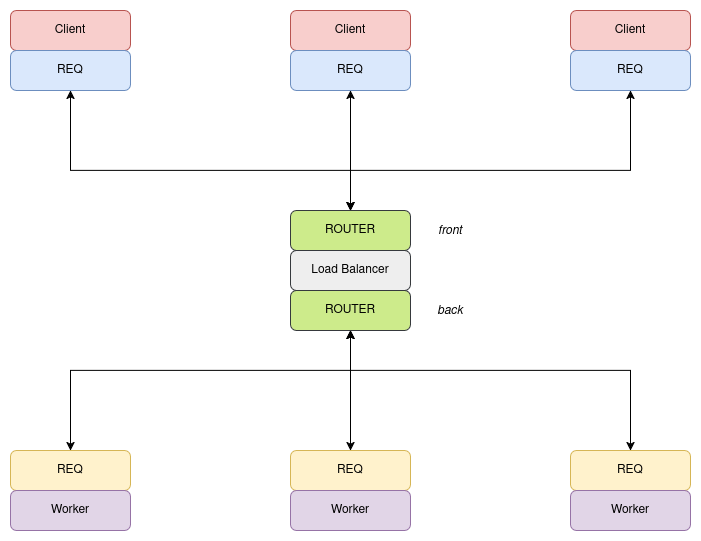
Above: docs/assets/load_balancing_broker.drawio.png in da0p/GithubPage (draw.io), before the change. Source tidied: cells renumbered, new cells last; positions are measured from the earlier drawing's top-left corner, leaving out a move shared by most shapes.
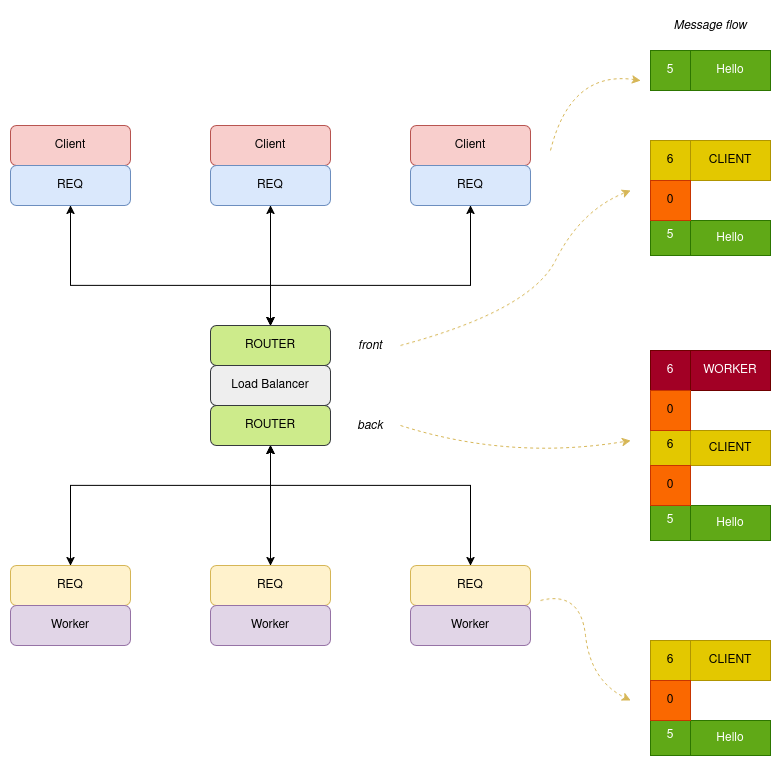
The same diagram one commit later.

Change to the diagram source:
```diff
@@ -3,10 +3,10 @@
     <mxCell id="0" />
     <mxCell id="1" parent="0" />
     <mxCell id="2" value="Client" style="rounded=1;whiteSpace=wrap;html=1;fillColor=#f8cecc;strokeColor=#b85450;" parent="1" vertex="1">
-      <mxGeometry width="120" height="40" as="geometry" />
+      <mxGeometry x="80" width="120" height="40" as="geometry" />
     </mxCell>
     <mxCell id="3" value="REQ" style="rounded=1;whiteSpace=wrap;html=1;fillColor=#dae8fc;strokeColor=#6c8ebf;" parent="1" vertex="1">
-      <mxGeometry y="40" width="120" height="40" as="geometry" />
+      <mxGeometry x="80" y="40" width="120" height="40" as="geometry" />
     </mxCell>
     <mxCell id="4" value="Client" style="rounded=1;whiteSpace=wrap;html=1;fillColor=#f8cecc;strokeColor=#b85450;" parent="1" vertex="1">
       <mxGeometry x="280" width="120" height="40" as="geometry" />
@@ -15,10 +15,10 @@
       <mxGeometry x="280" y="40" width="120" height="40" as="geometry" />
     </mxCell>
     <mxCell id="6" value="Client" style="rounded=1;whiteSpace=wrap;html=1;fillColor=#f8cecc;strokeColor=#b85450;" parent="1" vertex="1">
-      <mxGeometry x="560" width="120" height="40" as="geometry" />
+      <mxGeometry x="480" width="120" height="40" as="geometry" />
     </mxCell>
     <mxCell id="7" value="REQ" style="rounded=1;whiteSpace=wrap;html=1;fillColor=#dae8fc;strokeColor=#6c8ebf;" parent="1" vertex="1">
-      <mxGeometry x="560" y="40" width="120" height="40" as="geometry" />
+      <mxGeometry x="480" y="40" width="120" height="40" as="geometry" />
     </mxCell>
     <mxCell id="8" value="ROUTER" style="rounded=1;whiteSpace=wrap;html=1;fillColor=#cdeb8b;strokeColor=#36393d;" parent="1" vertex="1">
       <mxGeometry x="280" y="200" width="120" height="40" as="geometry" />
@@ -30,10 +30,10 @@
       <mxGeometry x="280" y="280" width="120" height="40" as="geometry" />
     </mxCell>
     <mxCell id="11" value="REQ" style="rounded=1;whiteSpace=wrap;html=1;fillColor=#fff2cc;strokeColor=#d6b656;" parent="1" vertex="1">
-      <mxGeometry y="440" width="120" height="40" as="geometry" />
+      <mxGeometry x="80" y="440" width="120" height="40" as="geometry" />
     </mxCell>
     <mxCell id="12" value="Worker" style="rounded=1;whiteSpace=wrap;html=1;fillColor=#e1d5e7;strokeColor=#9673a6;" parent="1" vertex="1">
-      <mxGeometry y="480" width="120" height="40" as="geometry" />
+      <mxGeometry x="80" y="480" width="120" height="40" as="geometry" />
     </mxCell>
     <mxCell id="13" value="REQ" style="rounded=1;whiteSpace=wrap;html=1;fillColor=#fff2cc;strokeColor=#d6b656;" parent="1" vertex="1">
       <mxGeometry x="280" y="440" width="120" height="40" as="geometry" />
@@ -42,16 +42,16 @@
       <mxGeometry x="280" y="480" width="120" height="40" as="geometry" />
     </mxCell>
     <mxCell id="15" value="REQ" style="rounded=1;whiteSpace=wrap;html=1;fillColor=#fff2cc;strokeColor=#d6b656;" parent="1" vertex="1">
-      <mxGeometry x="560" y="440" width="120" height="40" as="geometry" />
+      <mxGeometry x="480" y="440" width="120" height="40" as="geometry" />
     </mxCell>
     <mxCell id="16" value="Worker" style="rounded=1;whiteSpace=wrap;html=1;fillColor=#e1d5e7;strokeColor=#9673a6;" parent="1" vertex="1">
-      <mxGeometry x="560" y="480" width="120" height="40" as="geometry" />
+      <mxGeometry x="480" y="480" width="120" height="40" as="geometry" />
     </mxCell>
     <mxCell id="17" style="endArrow=classic;startArrow=classic;html=1;rounded=0;entryX=0.5;entryY=1;entryDx=0;entryDy=0;exitX=0.5;exitY=0;exitDx=0;exitDy=0;" parent="1" edge="1" source="8" target="3">
       <mxGeometry relative="1" as="geometry">
         <Array as="points">
           <mxPoint x="340" y="160" />
-          <mxPoint x="60" y="160" />
+          <mxPoint x="140" y="160" />
         </Array>
       </mxGeometry>
     </mxCell>
@@ -62,14 +62,14 @@
       <mxGeometry relative="1" as="geometry">
         <Array as="points">
           <mxPoint x="340" y="160" />
-          <mxPoint x="620" y="160" />
+          <mxPoint x="540" y="160" />
         </Array>
       </mxGeometry>
     </mxCell>
     <mxCell id="20" style="endArrow=classic;startArrow=classic;html=1;rounded=0;exitX=0.5;exitY=0;exitDx=0;exitDy=0;entryX=0.5;entryY=1;entryDx=0;entryDy=0;" parent="1" edge="1" source="11" target="10">
       <mxGeometry relative="1" as="geometry">
         <Array as="points">
-          <mxPoint x="60" y="360" />
+          <mxPoint x="140" y="360" />
           <mxPoint x="340" y="360" />
         </Array>
       </mxGeometry>
@@ -81,7 +81,7 @@
       <mxGeometry relative="1" as="geometry">
         <Array as="points">
           <mxPoint x="340" y="360" />
-          <mxPoint x="620" y="360" />
+          <mxPoint x="540" y="360" />
         </Array>
       </mxGeometry>
     </mxCell>
@@ -91,5 +91,104 @@
     <mxCell id="24" value="&lt;i&gt;back&lt;/i&gt;" style="text;html=1;align=center;verticalAlign=middle;whiteSpace=wrap;rounded=0;" parent="1" vertex="1">
       <mxGeometry x="410" y="285" width="60" height="30" as="geometry" />
     </mxCell>
+    <mxCell id="25" value="5" style="rounded=0;whiteSpace=wrap;html=1;fillColor=#60a917;fontColor=#ffffff;strokeColor=#2D7600;" parent="1" vertex="1">
+      <mxGeometry x="720" y="-75" width="40" height="40" as="geometry" />
+    </mxCell>
+    <mxCell id="26" value="Hello" style="rounded=0;whiteSpace=wrap;html=1;fillColor=#60a917;fontColor=#ffffff;strokeColor=#2D7600;" parent="1" vertex="1">
+      <mxGeometry x="760" y="-75" width="80" height="40" as="geometry" />
+    </mxCell>
+    <mxCell id="27" value="6" style="rounded=0;whiteSpace=wrap;html=1;fillColor=#e3c800;fontColor=#000000;strokeColor=#B09500;" parent="1" vertex="1">
+      <mxGeometry x="720" y="15" width="40" height="40" as="geometry" />
+    </mxCell>
+    <mxCell id="28" value="CLIENT" style="rounded=0;whiteSpace=wrap;html=1;fillColor=#e3c800;fontColor=#000000;strokeColor=#B09500;" parent="1" vertex="1">
+      <mxGeometry x="760" y="15" width="80" height="40" as="geometry" />
+    </mxCell>
+    <mxCell id="29" value="5" style="rounded=0;whiteSpace=wrap;html=1;fillColor=#60a917;fontColor=#ffffff;strokeColor=#2D7600;" parent="1" vertex="1">
+      <mxGeometry x="720" y="90" width="40" height="40" as="geometry" />
+    </mxCell>
+    <mxCell id="30" value="Hello" style="rounded=0;whiteSpace=wrap;html=1;fillColor=#60a917;fontColor=#ffffff;strokeColor=#2D7600;" parent="1" vertex="1">
+      <mxGeometry x="760" y="95" width="80" height="35" as="geometry" />
+    </mxCell>
+    <mxCell id="31" value="0" style="rounded=0;whiteSpace=wrap;html=1;fillColor=#fa6800;fontColor=#000000;strokeColor=#C73500;" parent="1" vertex="1">
+      <mxGeometry x="720" y="55" width="40" height="40" as="geometry" />
+    </mxCell>
+    <mxCell id="32" value="6" style="rounded=0;whiteSpace=wrap;html=1;fillColor=#e3c800;fontColor=#000000;strokeColor=#B09500;" parent="1" vertex="1">
+      <mxGeometry x="720" y="300" width="40" height="40" as="geometry" />
+    </mxCell>
+    <mxCell id="33" value="CLIENT" style="rounded=0;whiteSpace=wrap;html=1;fillColor=#e3c800;fontColor=#000000;strokeColor=#B09500;" parent="1" vertex="1">
+      <mxGeometry x="760" y="305" width="80" height="35" as="geometry" />
+    </mxCell>
+    <mxCell id="34" value="5" style="rounded=0;whiteSpace=wrap;html=1;fillColor=#60a917;fontColor=#ffffff;strokeColor=#2D7600;" parent="1" vertex="1">
+      <mxGeometry x="720" y="375" width="40" height="40" as="geometry" />
+    </mxCell>
+    <mxCell id="35" value="Hello" style="rounded=0;whiteSpace=wrap;html=1;fillColor=#60a917;fontColor=#ffffff;strokeColor=#2D7600;" parent="1" vertex="1">
+      <mxGeometry x="760" y="380" width="80" height="35" as="geometry" />
+    </mxCell>
+    <mxCell id="36" value="0" style="rounded=0;whiteSpace=wrap;html=1;fillColor=#fa6800;fontColor=#000000;strokeColor=#C73500;" parent="1" vertex="1">
+      <mxGeometry x="720" y="340" width="40" height="40" as="geometry" />
+    </mxCell>
+    <mxCell id="37" value="6" style="rounded=0;whiteSpace=wrap;html=1;fillColor=#a20025;fontColor=#ffffff;strokeColor=#6F0000;" parent="1" vertex="1">
+      <mxGeometry x="720" y="225" width="40" height="40" as="geometry" />
+    </mxCell>
+    <mxCell id="38" value="WORKER" style="rounded=0;whiteSpace=wrap;html=1;fillColor=#a20025;fontColor=#ffffff;strokeColor=#6F0000;" parent="1" vertex="1">
+      <mxGeometry x="760" y="225" width="80" height="40" as="geometry" />
+    </mxCell>
+    <mxCell id="39" value="0" style="rounded=0;whiteSpace=wrap;html=1;fillColor=#fa6800;fontColor=#000000;strokeColor=#C73500;" parent="1" vertex="1">
+      <mxGeometry x="720" y="265" width="40" height="40" as="geometry" />
+    </mxCell>
+    <mxCell id="40" value="6" style="rounded=0;whiteSpace=wrap;html=1;fillColor=#e3c800;fontColor=#000000;strokeColor=#B09500;" parent="1" vertex="1">
+      <mxGeometry x="720" y="515" width="40" height="40" as="geometry" />
+    </mxCell>
+    <mxCell id="41" value="CLIENT" style="rounded=0;whiteSpace=wrap;html=1;fillColor=#e3c800;fontColor=#000000;strokeColor=#B09500;" parent="1" vertex="1">
+      <mxGeometry x="760" y="515" width="80" height="40" as="geometry" />
+    </mxCell>
+    <mxCell id="42" value="5" style="rounded=0;whiteSpace=wrap;html=1;fillColor=#60a917;fontColor=#ffffff;strokeColor=#2D7600;" parent="1" vertex="1">
+      <mxGeometry x="720" y="590" width="40" height="40" as="geometry" />
+    </mxCell>
+    <mxCell id="43" value="Hello" style="rounded=0;whiteSpace=wrap;html=1;fillColor=#60a917;fontColor=#ffffff;strokeColor=#2D7600;" parent="1" vertex="1">
+      <mxGeometry x="760" y="595" width="80" height="35" as="geometry" />
+    </mxCell>
+    <mxCell id="44" value="0" style="rounded=0;whiteSpace=wrap;html=1;fillColor=#fa6800;fontColor=#000000;strokeColor=#C73500;" parent="1" vertex="1">
+      <mxGeometry x="720" y="555" width="40" height="40" as="geometry" />
+    </mxCell>
+    <mxCell id="45" value="&lt;i&gt;Message flow&lt;/i&gt;" style="text;html=1;align=center;verticalAlign=middle;whiteSpace=wrap;rounded=0;" parent="1" vertex="1">
+      <mxGeometry x="740" y="-115" width="80" height="30" as="geometry" />
+    </mxCell>
+    <mxCell id="46" style="endArrow=classic;html=1;rounded=0;dashed=1;curved=1;fillColor=#fff2cc;strokeColor=#d6b656;" parent="1" edge="1">
+      <mxGeometry relative="1" as="geometry">
+        <mxPoint x="620" y="25" as="sourcePoint" />
+        <mxPoint x="710" y="-45" as="targetPoint" />
+        <Array as="points">
+          <mxPoint x="640" y="-55" />
+        </Array>
+      </mxGeometry>
+    </mxCell>
+    <mxCell id="47" style="endArrow=classic;html=1;rounded=0;exitX=1;exitY=0.5;exitDx=0;exitDy=0;dashed=1;curved=1;fillColor=#fff2cc;strokeColor=#d6b656;" parent="1" edge="1" source="23">
+      <mxGeometry relative="1" as="geometry">
+        <mxPoint x="700" y="65" as="targetPoint" />
+        <Array as="points">
+          <mxPoint x="600" y="185" />
+          <mxPoint x="650" y="85" />
+        </Array>
+      </mxGeometry>
+    </mxCell>
+    <mxCell id="48" style="endArrow=classic;html=1;rounded=0;exitX=1;exitY=0.5;exitDx=0;exitDy=0;curved=1;dashed=1;fillColor=#fff2cc;strokeColor=#d6b656;" parent="1" edge="1" source="24">
+      <mxGeometry relative="1" as="geometry">
+        <mxPoint x="700" y="315" as="targetPoint" />
+        <Array as="points">
+          <mxPoint x="580" y="335" />
+        </Array>
+      </mxGeometry>
+    </mxCell>
+    <mxCell id="49" style="endArrow=classic;html=1;rounded=0;dashed=1;curved=1;fillColor=#fff2cc;strokeColor=#d6b656;" parent="1" edge="1">
+      <mxGeometry relative="1" as="geometry">
+        <mxPoint x="610" y="475" as="sourcePoint" />
+        <mxPoint x="700" y="575" as="targetPoint" />
+        <Array as="points">
+          <mxPoint x="650" y="465" />
+          <mxPoint x="660" y="555" />
+        </Array>
+      </mxGeometry>
+    </mxCell>
   </root>
 </mxGraphModel>
```
